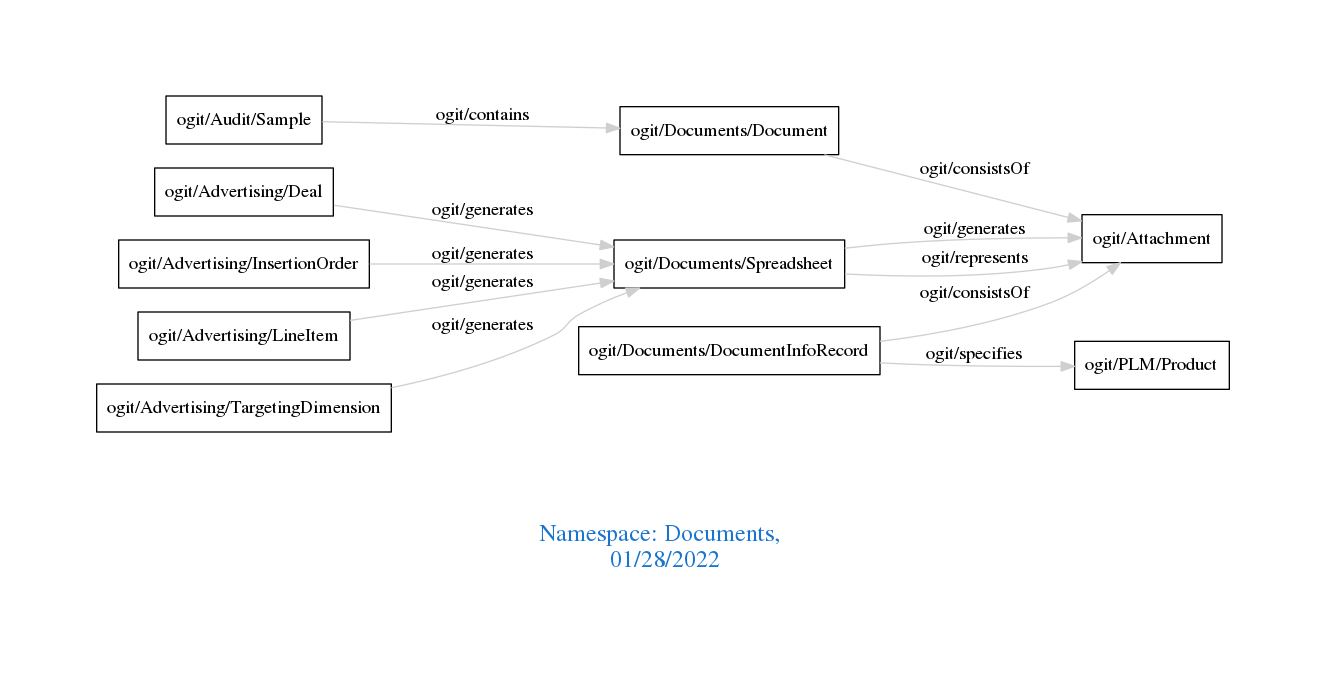
The Graphviz diagram downloads/Documents.png in arago/OGIT, before a commit. Its source is kept beside it as downloads/Documents.dot.
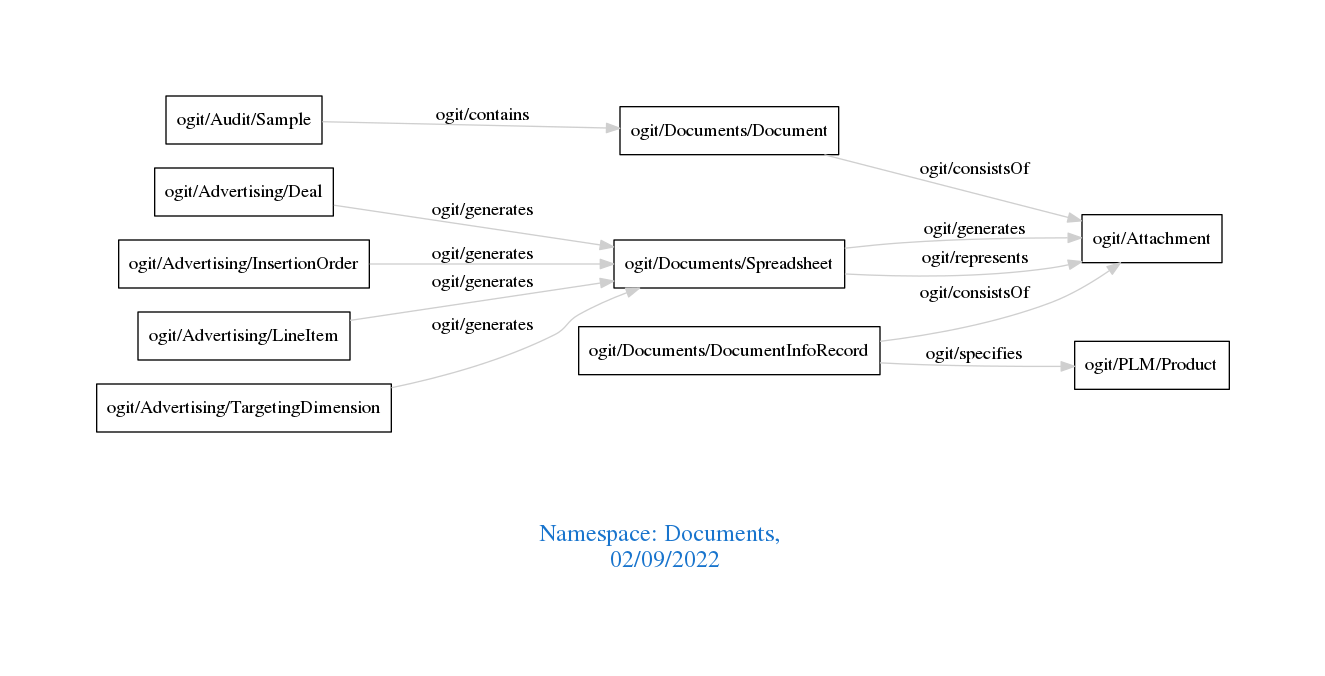
Above is the later version.

Change to the diagram source:
```diff
@@ -1,7 +1,7 @@
 digraph OGIT_ontology {
  graph [ rankdir= LR,pad=1
 fontsize = 18,
-fontcolor= dodgerblue3,label = "\n\n\nNamespace: Documents, \n 01/28/2022"];
+fontcolor= dodgerblue3,label = "\n\n\nNamespace: Documents, \n 02/09/2022"];
 node[shape=polygon];
 edge [  color="gray81"];
 
```
